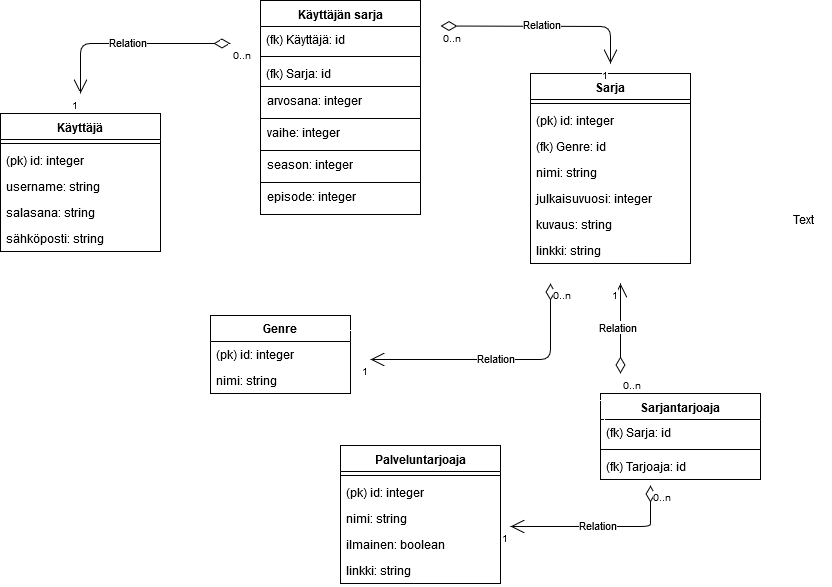
Maijanen/Sarjanseuraaja keeps this draw.io diagram as Dokumentaatio/Tietokantakaavio.png. Above is the earlier version. Source tidied: cells renumbered, new cells last; positions are measured from the earlier drawing's top-left corner, leaving out a move shared by most shapes.
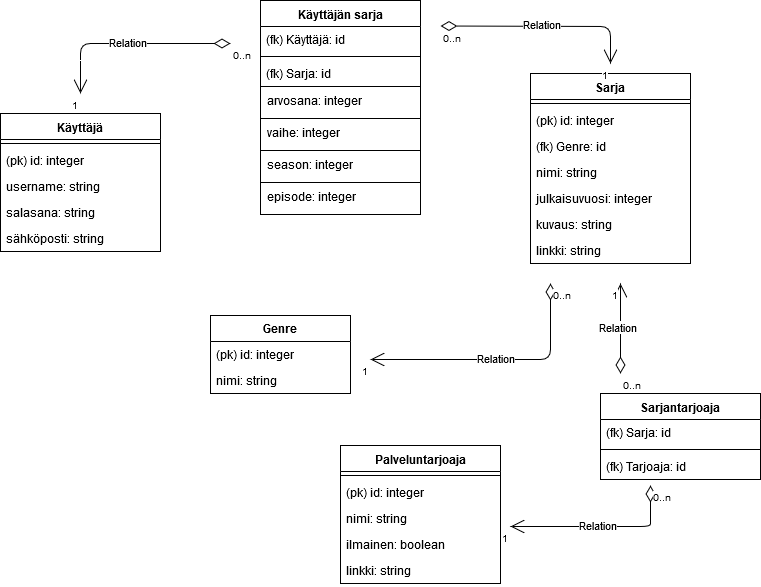
After the commit.

Diff of the diagram source:
```diff
@@ -175,8 +175,5 @@
     <mxCell id="51" value="1" style="html=1;align=right;verticalAlign=top;labelBackgroundColor=#ffffff;fontSize=10;" parent="49" vertex="1">
       <mxGeometry x="1" relative="1" as="geometry" />
     </mxCell>
-    <mxCell id="52" value="Text" style="text;html=1;align=left;verticalAlign=top;spacingTop=-4;" parent="1" vertex="1">
-      <mxGeometry x="791" y="212" width="40" height="20" as="geometry" />
-    </mxCell>
   </root>
 </mxGraphModel>
```
